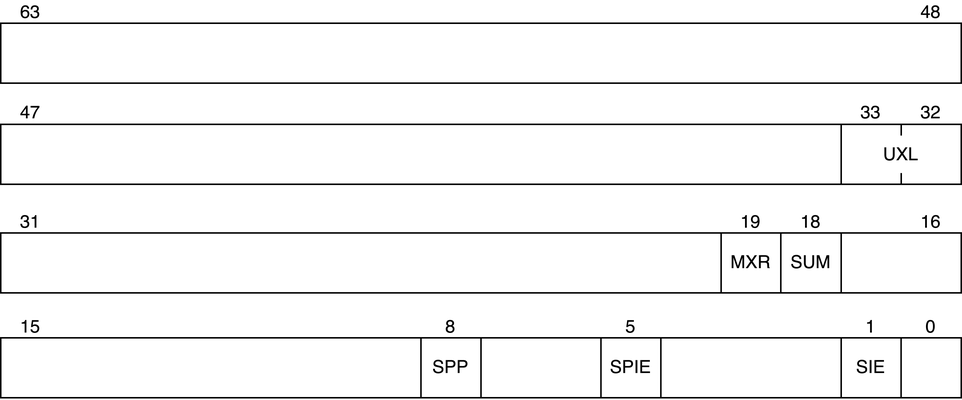
The draw.io diagram basic/images/23-smode-csr/sstatus.png in nananapo/veryl-riscv-book, before a commit. Source tidied: cells renumbered, new cells last; positions are measured from the earlier drawing's top-left corner, leaving out a move shared by most shapes.
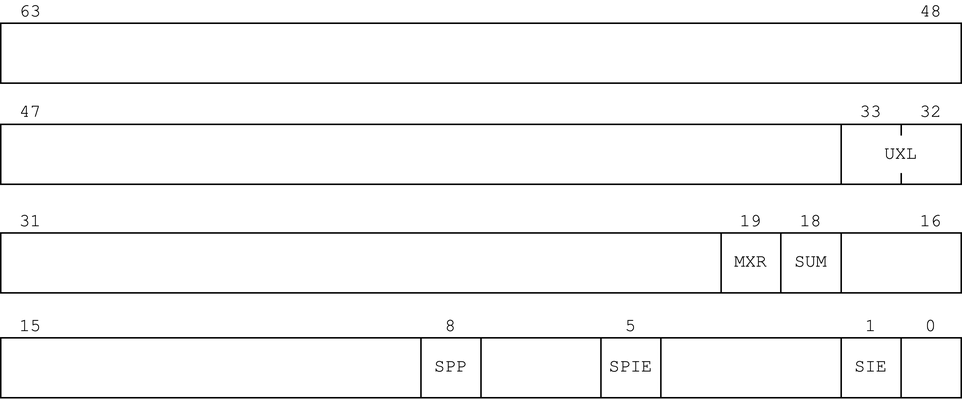
The same diagram one commit later.

What changed in the source:
```diff
@@ -2,145 +2,145 @@
   <root>
     <mxCell id="0" />
     <mxCell id="1" parent="0" />
-    <mxCell id="2" style="rounded=0;whiteSpace=wrap;html=1;" parent="1" vertex="1">
+    <mxCell id="2" style="rounded=0;whiteSpace=wrap;html=1;fontFamily=Courier New;" parent="1" vertex="1">
       <mxGeometry y="15" width="640" height="40" as="geometry" />
     </mxCell>
-    <mxCell id="3" value="32" style="text;html=1;align=center;verticalAlign=middle;whiteSpace=wrap;rounded=0;" parent="1" vertex="1">
+    <mxCell id="3" value="32" style="text;html=1;align=center;verticalAlign=middle;whiteSpace=wrap;rounded=0;fontFamily=Courier New;" parent="1" vertex="1">
       <mxGeometry x="610" y="67.5" width="20" height="15" as="geometry" />
     </mxCell>
-    <mxCell id="4" style="rounded=0;whiteSpace=wrap;html=1;" parent="1" vertex="1">
+    <mxCell id="4" style="rounded=0;whiteSpace=wrap;html=1;fontFamily=Courier New;" parent="1" vertex="1">
       <mxGeometry y="155" width="640" height="40" as="geometry" />
     </mxCell>
-    <mxCell id="5" style="rounded=0;whiteSpace=wrap;html=1;" parent="1" vertex="1">
+    <mxCell id="5" style="rounded=0;whiteSpace=wrap;html=1;fontFamily=Courier New;" parent="1" vertex="1">
       <mxGeometry y="225" width="640" height="40" as="geometry" />
     </mxCell>
-    <mxCell id="6" style="rounded=0;whiteSpace=wrap;html=1;" parent="1" vertex="1">
+    <mxCell id="6" style="rounded=0;whiteSpace=wrap;html=1;fontFamily=Courier New;" parent="1" vertex="1">
       <mxGeometry y="82.5" width="640" height="40" as="geometry" />
     </mxCell>
-    <mxCell id="7" value="33" style="text;html=1;align=center;verticalAlign=middle;whiteSpace=wrap;rounded=0;" parent="1" vertex="1">
+    <mxCell id="7" value="33" style="text;html=1;align=center;verticalAlign=middle;whiteSpace=wrap;rounded=0;fontFamily=Courier New;" parent="1" vertex="1">
       <mxGeometry x="570" y="67.5" width="20" height="15" as="geometry" />
     </mxCell>
-    <mxCell id="8" style="endArrow=none;html=1;rounded=0;" parent="1" edge="1">
+    <mxCell id="8" style="endArrow=none;html=1;rounded=0;fontFamily=Courier New;" parent="1" edge="1">
       <mxGeometry relative="1" as="geometry">
         <mxPoint x="600" y="122.5" as="sourcePoint" />
         <mxPoint x="600" y="115" as="targetPoint" />
       </mxGeometry>
     </mxCell>
-    <mxCell id="9" style="endArrow=none;html=1;rounded=0;" parent="1" edge="1">
+    <mxCell id="9" style="endArrow=none;html=1;rounded=0;fontFamily=Courier New;" parent="1" edge="1">
       <mxGeometry relative="1" as="geometry">
         <mxPoint x="600" y="90" as="sourcePoint" />
         <mxPoint x="600" y="82.5" as="targetPoint" />
       </mxGeometry>
     </mxCell>
-    <mxCell id="10" style="endArrow=none;html=1;rounded=0;exitX=0.875;exitY=-0.002;exitDx=0;exitDy=0;exitPerimeter=0;entryX=0.875;entryY=1;entryDx=0;entryDy=0;entryPerimeter=0;" parent="1" edge="1" source="6" target="6">
+    <mxCell id="10" style="endArrow=none;html=1;rounded=0;exitX=0.875;exitY=-0.002;exitDx=0;exitDy=0;exitPerimeter=0;entryX=0.875;entryY=1;entryDx=0;entryDy=0;entryPerimeter=0;fontFamily=Courier New;" parent="1" edge="1" source="6" target="6">
       <mxGeometry relative="1" as="geometry" />
     </mxCell>
-    <mxCell id="11" value="UXL" style="text;html=1;align=center;verticalAlign=middle;whiteSpace=wrap;rounded=0;" parent="1" vertex="1">
+    <mxCell id="11" value="UXL" style="text;html=1;align=center;verticalAlign=middle;whiteSpace=wrap;rounded=0;fontFamily=Courier New;" parent="1" vertex="1">
       <mxGeometry x="590" y="95" width="20" height="15" as="geometry" />
     </mxCell>
-    <mxCell id="12" value="18" style="text;html=1;align=center;verticalAlign=middle;whiteSpace=wrap;rounded=0;" parent="1" vertex="1">
+    <mxCell id="12" value="18" style="text;html=1;align=center;verticalAlign=middle;whiteSpace=wrap;rounded=0;fontFamily=Courier New;" parent="1" vertex="1">
       <mxGeometry x="530" y="140" width="20" height="15" as="geometry" />
     </mxCell>
-    <mxCell id="13" value="19" style="text;html=1;align=center;verticalAlign=middle;whiteSpace=wrap;rounded=0;" parent="1" vertex="1">
+    <mxCell id="13" value="19" style="text;html=1;align=center;verticalAlign=middle;whiteSpace=wrap;rounded=0;fontFamily=Courier New;" parent="1" vertex="1">
       <mxGeometry x="490" y="140" width="20" height="15" as="geometry" />
     </mxCell>
-    <mxCell id="14" style="endArrow=none;html=1;rounded=0;exitX=0.875;exitY=-0.002;exitDx=0;exitDy=0;exitPerimeter=0;entryX=0.875;entryY=1;entryDx=0;entryDy=0;entryPerimeter=0;" parent="1" edge="1">
+    <mxCell id="14" style="endArrow=none;html=1;rounded=0;exitX=0.875;exitY=-0.002;exitDx=0;exitDy=0;exitPerimeter=0;entryX=0.875;entryY=1;entryDx=0;entryDy=0;entryPerimeter=0;fontFamily=Courier New;" parent="1" edge="1">
       <mxGeometry relative="1" as="geometry">
         <mxPoint x="560" y="154.5" as="sourcePoint" />
         <mxPoint x="560" y="195.5" as="targetPoint" />
       </mxGeometry>
     </mxCell>
-    <mxCell id="15" style="endArrow=none;html=1;rounded=0;exitX=0.875;exitY=-0.002;exitDx=0;exitDy=0;exitPerimeter=0;entryX=0.875;entryY=1;entryDx=0;entryDy=0;entryPerimeter=0;" parent="1" edge="1">
+    <mxCell id="15" style="endArrow=none;html=1;rounded=0;exitX=0.875;exitY=-0.002;exitDx=0;exitDy=0;exitPerimeter=0;entryX=0.875;entryY=1;entryDx=0;entryDy=0;entryPerimeter=0;fontFamily=Courier New;" parent="1" edge="1">
       <mxGeometry relative="1" as="geometry">
         <mxPoint x="519.8" y="154.5" as="sourcePoint" />
         <mxPoint x="519.8" y="195.5" as="targetPoint" />
       </mxGeometry>
     </mxCell>
-    <mxCell id="16" style="endArrow=none;html=1;rounded=0;exitX=0.875;exitY=-0.002;exitDx=0;exitDy=0;exitPerimeter=0;entryX=0.875;entryY=1;entryDx=0;entryDy=0;entryPerimeter=0;" parent="1" edge="1">
+    <mxCell id="16" style="endArrow=none;html=1;rounded=0;exitX=0.875;exitY=-0.002;exitDx=0;exitDy=0;exitPerimeter=0;entryX=0.875;entryY=1;entryDx=0;entryDy=0;entryPerimeter=0;fontFamily=Courier New;" parent="1" edge="1">
       <mxGeometry relative="1" as="geometry">
         <mxPoint x="480" y="154.5" as="sourcePoint" />
         <mxPoint x="480" y="195.5" as="targetPoint" />
       </mxGeometry>
     </mxCell>
-    <mxCell id="17" value="SUM" style="text;html=1;align=center;verticalAlign=middle;whiteSpace=wrap;rounded=0;" parent="1" vertex="1">
+    <mxCell id="17" value="SUM" style="text;html=1;align=center;verticalAlign=middle;whiteSpace=wrap;rounded=0;fontFamily=Courier New;" parent="1" vertex="1">
       <mxGeometry x="530" y="167.5" width="20" height="15" as="geometry" />
     </mxCell>
-    <mxCell id="18" value="MXR" style="text;html=1;align=center;verticalAlign=middle;whiteSpace=wrap;rounded=0;" parent="1" vertex="1">
+    <mxCell id="18" value="MXR" style="text;html=1;align=center;verticalAlign=middle;whiteSpace=wrap;rounded=0;fontFamily=Courier New;" parent="1" vertex="1">
       <mxGeometry x="490" y="167.5" width="20" height="15" as="geometry" />
     </mxCell>
-    <mxCell id="19" style="endArrow=none;html=1;rounded=0;" parent="1" edge="1">
+    <mxCell id="19" style="endArrow=none;html=1;rounded=0;fontFamily=Courier New;" parent="1" edge="1">
       <mxGeometry relative="1" as="geometry">
         <mxPoint x="560" y="225" as="sourcePoint" />
         <mxPoint x="560" y="265" as="targetPoint" />
       </mxGeometry>
     </mxCell>
-    <mxCell id="20" style="endArrow=none;html=1;rounded=0;" parent="1" edge="1">
+    <mxCell id="20" style="endArrow=none;html=1;rounded=0;fontFamily=Courier New;" parent="1" edge="1">
       <mxGeometry relative="1" as="geometry">
         <mxPoint x="599.9" y="225" as="sourcePoint" />
         <mxPoint x="599.9" y="265" as="targetPoint" />
       </mxGeometry>
     </mxCell>
-    <mxCell id="21" style="endArrow=none;html=1;rounded=0;" parent="1" edge="1">
+    <mxCell id="21" style="endArrow=none;html=1;rounded=0;fontFamily=Courier New;" parent="1" edge="1">
       <mxGeometry relative="1" as="geometry">
         <mxPoint x="399.9" y="225" as="sourcePoint" />
         <mxPoint x="399.9" y="265" as="targetPoint" />
       </mxGeometry>
     </mxCell>
-    <mxCell id="22" style="endArrow=none;html=1;rounded=0;" parent="1" edge="1">
+    <mxCell id="22" style="endArrow=none;html=1;rounded=0;fontFamily=Courier New;" parent="1" edge="1">
       <mxGeometry relative="1" as="geometry">
         <mxPoint x="439.8" y="225" as="sourcePoint" />
         <mxPoint x="439.8" y="265" as="targetPoint" />
       </mxGeometry>
     </mxCell>
-    <mxCell id="23" style="endArrow=none;html=1;rounded=0;" parent="1" edge="1">
+    <mxCell id="23" style="endArrow=none;html=1;rounded=0;fontFamily=Courier New;" parent="1" edge="1">
       <mxGeometry relative="1" as="geometry">
         <mxPoint x="320" y="225" as="sourcePoint" />
         <mxPoint x="320" y="265" as="targetPoint" />
       </mxGeometry>
     </mxCell>
-    <mxCell id="24" style="endArrow=none;html=1;rounded=0;" parent="1" edge="1">
+    <mxCell id="24" style="endArrow=none;html=1;rounded=0;fontFamily=Courier New;" parent="1" edge="1">
       <mxGeometry relative="1" as="geometry">
         <mxPoint x="280" y="225" as="sourcePoint" />
         <mxPoint x="280" y="265" as="targetPoint" />
       </mxGeometry>
     </mxCell>
-    <mxCell id="25" value="1" style="text;html=1;align=center;verticalAlign=middle;whiteSpace=wrap;rounded=0;" parent="1" vertex="1">
+    <mxCell id="25" value="1" style="text;html=1;align=center;verticalAlign=middle;whiteSpace=wrap;rounded=0;fontFamily=Courier New;" parent="1" vertex="1">
       <mxGeometry x="570" y="210" width="20" height="15" as="geometry" />
     </mxCell>
-    <mxCell id="26" value="5" style="text;html=1;align=center;verticalAlign=middle;whiteSpace=wrap;rounded=0;" parent="1" vertex="1">
+    <mxCell id="26" value="5" style="text;html=1;align=center;verticalAlign=middle;whiteSpace=wrap;rounded=0;fontFamily=Courier New;" parent="1" vertex="1">
       <mxGeometry x="410" y="210" width="20" height="15" as="geometry" />
     </mxCell>
-    <mxCell id="27" value="8" style="text;html=1;align=center;verticalAlign=middle;whiteSpace=wrap;rounded=0;" parent="1" vertex="1">
+    <mxCell id="27" value="8" style="text;html=1;align=center;verticalAlign=middle;whiteSpace=wrap;rounded=0;fontFamily=Courier New;" parent="1" vertex="1">
       <mxGeometry x="290" y="210" width="20" height="15" as="geometry" />
     </mxCell>
-    <mxCell id="28" value="SIE" style="text;html=1;align=center;verticalAlign=middle;whiteSpace=wrap;rounded=0;" parent="1" vertex="1">
+    <mxCell id="28" value="SIE" style="text;html=1;align=center;verticalAlign=middle;whiteSpace=wrap;rounded=0;fontFamily=Courier New;" parent="1" vertex="1">
       <mxGeometry x="570" y="237.5" width="20" height="15" as="geometry" />
     </mxCell>
-    <mxCell id="29" value="SPIE" style="text;html=1;align=center;verticalAlign=middle;whiteSpace=wrap;rounded=0;" parent="1" vertex="1">
+    <mxCell id="29" value="SPIE" style="text;html=1;align=center;verticalAlign=middle;whiteSpace=wrap;rounded=0;fontFamily=Courier New;" parent="1" vertex="1">
       <mxGeometry x="410" y="237.5" width="20" height="15" as="geometry" />
     </mxCell>
-    <mxCell id="30" value="SPP" style="text;html=1;align=center;verticalAlign=middle;whiteSpace=wrap;rounded=0;" parent="1" vertex="1">
+    <mxCell id="30" value="SPP" style="text;html=1;align=center;verticalAlign=middle;whiteSpace=wrap;rounded=0;fontFamily=Courier New;" parent="1" vertex="1">
       <mxGeometry x="290" y="237.5" width="20" height="15" as="geometry" />
     </mxCell>
-    <mxCell id="31" value="0" style="text;html=1;align=center;verticalAlign=middle;whiteSpace=wrap;rounded=0;" parent="1" vertex="1">
+    <mxCell id="31" value="0" style="text;html=1;align=center;verticalAlign=middle;whiteSpace=wrap;rounded=0;fontFamily=Courier New;" parent="1" vertex="1">
       <mxGeometry x="610" y="210" width="20" height="15" as="geometry" />
     </mxCell>
-    <mxCell id="32" value="15" style="text;html=1;align=center;verticalAlign=middle;whiteSpace=wrap;rounded=0;" parent="1" vertex="1">
+    <mxCell id="32" value="15" style="text;html=1;align=center;verticalAlign=middle;whiteSpace=wrap;rounded=0;fontFamily=Courier New;" parent="1" vertex="1">
       <mxGeometry x="10" y="210" width="20" height="15" as="geometry" />
     </mxCell>
-    <mxCell id="33" value="16" style="text;html=1;align=center;verticalAlign=middle;whiteSpace=wrap;rounded=0;" parent="1" vertex="1">
+    <mxCell id="33" value="16" style="text;html=1;align=center;verticalAlign=middle;whiteSpace=wrap;rounded=0;fontFamily=Courier New;" parent="1" vertex="1">
       <mxGeometry x="610" y="140" width="20" height="15" as="geometry" />
     </mxCell>
-    <mxCell id="34" value="31" style="text;html=1;align=center;verticalAlign=middle;whiteSpace=wrap;rounded=0;" parent="1" vertex="1">
+    <mxCell id="34" value="31" style="text;html=1;align=center;verticalAlign=middle;whiteSpace=wrap;rounded=0;fontFamily=Courier New;" parent="1" vertex="1">
       <mxGeometry x="10" y="140" width="20" height="15" as="geometry" />
     </mxCell>
-    <mxCell id="35" value="47" style="text;html=1;align=center;verticalAlign=middle;whiteSpace=wrap;rounded=0;" parent="1" vertex="1">
+    <mxCell id="35" value="47" style="text;html=1;align=center;verticalAlign=middle;whiteSpace=wrap;rounded=0;fontFamily=Courier New;" parent="1" vertex="1">
       <mxGeometry x="10" y="67.5" width="20" height="15" as="geometry" />
     </mxCell>
-    <mxCell id="36" value="48" style="text;html=1;align=center;verticalAlign=middle;whiteSpace=wrap;rounded=0;" parent="1" vertex="1">
+    <mxCell id="36" value="48" style="text;html=1;align=center;verticalAlign=middle;whiteSpace=wrap;rounded=0;fontFamily=Courier New;" parent="1" vertex="1">
       <mxGeometry x="610" width="20" height="15" as="geometry" />
     </mxCell>
-    <mxCell id="37" value="63" style="text;html=1;align=center;verticalAlign=middle;whiteSpace=wrap;rounded=0;" parent="1" vertex="1">
+    <mxCell id="37" value="63" style="text;html=1;align=center;verticalAlign=middle;whiteSpace=wrap;rounded=0;fontFamily=Courier New;" parent="1" vertex="1">
       <mxGeometry x="10" width="20" height="15" as="geometry" />
     </mxCell>
   </root>
```
